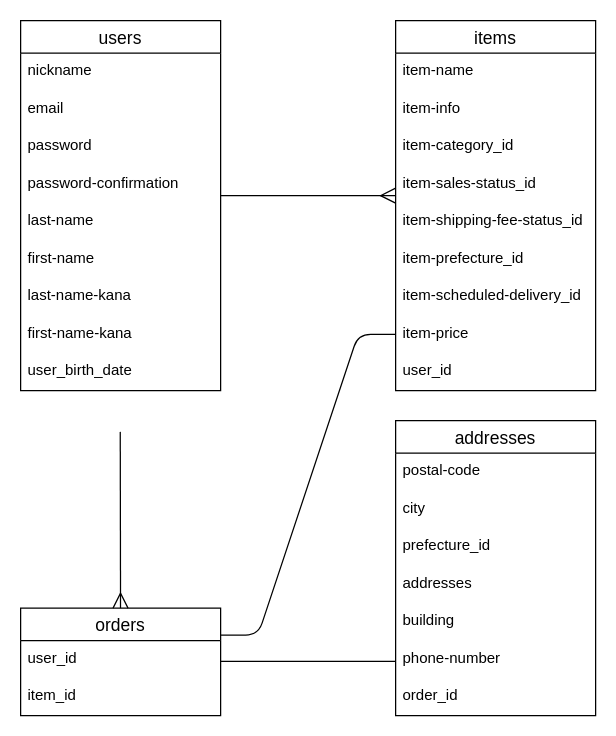
hminami373/furima-29041 keeps this draw.io diagram as furima.dio. Above is the earlier version. Source tidied: cells renumbered, new cells numbered last; positions are measured from the earlier drawing's top-left corner, leaving out a move shared by most shapes. Both pictures are drawn from the tidied source at 125%, with x=0, y=0 at pixel (20, 20).
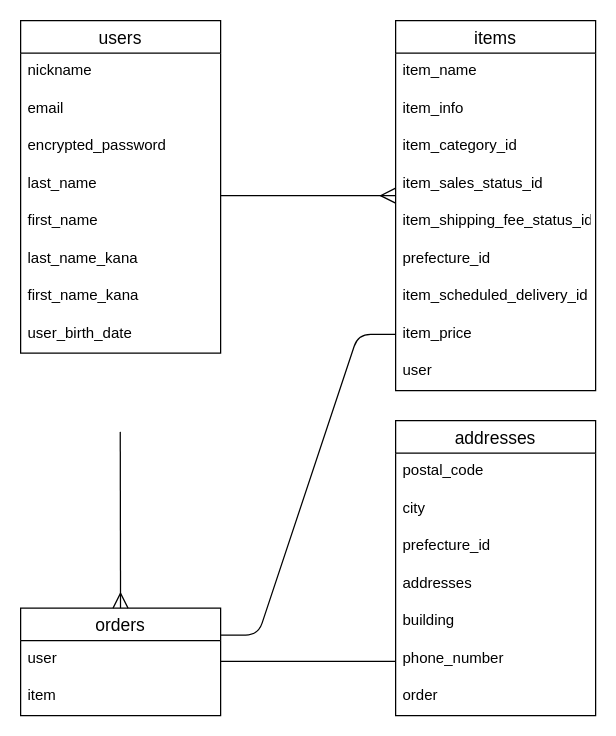
The same page after the edit.

Commit message (it also covers changes not shown here):
テーブル設計修正2回目

The change refers to these unchanged cells:
```xml
<mxCell id="12" value="orders" style="swimlane;fontStyle=0;horizontal=1;startSize=26;align=center;fontSize=14;" parent="1" vertex="1">
  <mxGeometry y="470" width="160" height="86" as="geometry" />
</mxCell>
<mxCell id="15" value="items" style="swimlane;fontStyle=0;horizontal=1;startSize=26;align=center;fontSize=14;" parent="1" vertex="1">
  <mxGeometry x="300" width="160" height="296" as="geometry" />
</mxCell>
<mxCell id="25" value="addresses" style="swimlane;fontStyle=0;horizontal=1;startSize=26;align=center;fontSize=14;" parent="1" vertex="1">
  <mxGeometry x="300" y="320" width="160" height="236" as="geometry" />
</mxCell>
```

What changed in the source:
```diff
@@
     <mxCell id="2" value="users" style="swimlane;fontStyle=0;horizontal=1;startSize=26;align=center;fontSize=14;" parent="1" vertex="1">
-      <mxGeometry width="160" height="296" as="geometry" />
+      <mxGeometry width="160" height="266" as="geometry" />
     </mxCell>
@@
-    <mxCell id="5" value="password" style="text;strokeColor=none;fillColor=none;spacingLeft=4;spacingRight=4;overflow=hidden;fontSize=12;" parent="2" vertex="1">
+    <mxCell id="5" value="encrypted_password" style="text;strokeColor=none;fillColor=none;spacingLeft=4;spacingRight=4;overflow=hidden;fontSize=12;" parent="2" vertex="1">
       <mxGeometry y="86" width="160" height="30" as="geometry" />
     </mxCell>
-    <mxCell id="6" value="password-confirmation" style="text;strokeColor=none;fillColor=none;spacingLeft=4;spacingRight=4;overflow=hidden;fontSize=12;labelBorderColor=none;" parent="2" vertex="1">
-      <mxGeometry y="116" width="160" height="30" as="geometry" />
-    </mxCell>
-    <mxCell id="7" value="last-name" style="text;strokeColor=none;fillColor=none;spacingLeft=4;spacingRight=4;overflow=hidden;fontSize=12;labelBorderColor=none;" parent="2" vertex="1">
-      <mxGeometry y="146" width="160" height="30" as="geometry" />
+    <mxCell id="7" value="last_name" style="text;strokeColor=none;fillColor=none;spacingLeft=4;spacingRight=4;overflow=hidden;fontSize=12;labelBorderColor=none;" parent="2" vertex="1">
+      <mxGeometry y="116" width="160" height="30" as="geometry" />
     </mxCell>
-    <mxCell id="8" value="first-name" style="text;strokeColor=none;fillColor=none;spacingLeft=4;spacingRight=4;overflow=hidden;fontSize=12;labelBorderColor=none;" parent="2" vertex="1">
-      <mxGeometry y="176" width="160" height="30" as="geometry" />
+    <mxCell id="8" value="first_name" style="text;strokeColor=none;fillColor=none;spacingLeft=4;spacingRight=4;overflow=hidden;fontSize=12;labelBorderColor=none;" parent="2" vertex="1">
+      <mxGeometry y="146" width="160" height="30" as="geometry" />
     </mxCell>
-    <mxCell id="9" value="last-name-kana" style="text;strokeColor=none;fillColor=none;spacingLeft=4;spacingRight=4;overflow=hidden;fontSize=12;labelBorderColor=none;" parent="2" vertex="1">
-      <mxGeometry y="206" width="160" height="30" as="geometry" />
+    <mxCell id="9" value="last_name_kana" style="text;strokeColor=none;fillColor=none;spacingLeft=4;spacingRight=4;overflow=hidden;fontSize=12;labelBorderColor=none;" parent="2" vertex="1">
+      <mxGeometry y="176" width="160" height="30" as="geometry" />
     </mxCell>
-    <mxCell id="10" value="first-name-kana" style="text;strokeColor=none;fillColor=none;spacingLeft=4;spacingRight=4;overflow=hidden;fontSize=12;labelBorderColor=none;" parent="2" vertex="1">
-      <mxGeometry y="236" width="160" height="30" as="geometry" />
+    <mxCell id="10" value="first_name_kana" style="text;strokeColor=none;fillColor=none;spacingLeft=4;spacingRight=4;overflow=hidden;fontSize=12;labelBorderColor=none;" parent="2" vertex="1">
+      <mxGeometry y="206" width="160" height="30" as="geometry" />
     </mxCell>
     <mxCell id="11" value="user_birth_date" style="text;strokeColor=none;fillColor=none;spacingLeft=4;spacingRight=4;overflow=hidden;fontSize=12;labelBorderColor=none;" parent="2" vertex="1">
-      <mxGeometry y="266" width="160" height="30" as="geometry" />
+      <mxGeometry y="236" width="160" height="30" as="geometry" />
     </mxCell>
@@
-    <mxCell id="13" value="user_id" style="text;strokeColor=none;fillColor=none;spacingLeft=4;spacingRight=4;overflow=hidden;fontSize=12;" parent="12" vertex="1">
+    <mxCell id="13" value="user" style="text;strokeColor=none;fillColor=none;spacingLeft=4;spacingRight=4;overflow=hidden;fontSize=12;" parent="12" vertex="1">
       <mxGeometry y="26" width="160" height="30" as="geometry" />
     </mxCell>
-    <mxCell id="14" value="item_id" style="text;strokeColor=none;fillColor=none;spacingLeft=4;spacingRight=4;overflow=hidden;fontSize=12;" parent="12" vertex="1">
+    <mxCell id="14" value="item" style="text;strokeColor=none;fillColor=none;spacingLeft=4;spacingRight=4;overflow=hidden;fontSize=12;" parent="12" vertex="1">
       <mxGeometry y="56" width="160" height="30" as="geometry" />
     </mxCell>
@@
-    <mxCell id="16" value="item-name" style="text;strokeColor=none;fillColor=none;spacingLeft=4;spacingRight=4;overflow=hidden;fontSize=12;" parent="15" vertex="1">
+    <mxCell id="16" value="item_name" style="text;strokeColor=none;fillColor=none;spacingLeft=4;spacingRight=4;overflow=hidden;fontSize=12;" parent="15" vertex="1">
       <mxGeometry y="26" width="160" height="30" as="geometry" />
     </mxCell>
-    <mxCell id="17" value="item-info" style="text;strokeColor=none;fillColor=none;spacingLeft=4;spacingRight=4;overflow=hidden;fontSize=12;labelBorderColor=none;" parent="15" vertex="1">
+    <mxCell id="17" value="item_info" style="text;strokeColor=none;fillColor=none;spacingLeft=4;spacingRight=4;overflow=hidden;fontSize=12;labelBorderColor=none;" parent="15" vertex="1">
       <mxGeometry y="56" width="160" height="30" as="geometry" />
     </mxCell>
-    <mxCell id="18" value="item-category_id" style="text;strokeColor=none;fillColor=none;spacingLeft=4;spacingRight=4;overflow=hidden;fontSize=12;labelBorderColor=none;" parent="15" vertex="1">
+    <mxCell id="18" value="item_category_id" style="text;strokeColor=none;fillColor=none;spacingLeft=4;spacingRight=4;overflow=hidden;fontSize=12;labelBorderColor=none;" parent="15" vertex="1">
       <mxGeometry y="86" width="160" height="30" as="geometry" />
     </mxCell>
-    <mxCell id="19" value="item-sales-status_id" style="text;strokeColor=none;fillColor=none;spacingLeft=4;spacingRight=4;overflow=hidden;fontSize=12;labelBorderColor=none;" parent="15" vertex="1">
+    <mxCell id="19" value="item_sales_status_id" style="text;strokeColor=none;fillColor=none;spacingLeft=4;spacingRight=4;overflow=hidden;fontSize=12;labelBorderColor=none;" parent="15" vertex="1">
       <mxGeometry y="116" width="160" height="30" as="geometry" />
     </mxCell>
-    <mxCell id="20" value="item-shipping-fee-status_id" style="text;strokeColor=none;fillColor=none;spacingLeft=4;spacingRight=4;overflow=hidden;fontSize=12;" parent="15" vertex="1">
+    <mxCell id="20" value="item_shipping_fee_status_id" style="text;strokeColor=none;fillColor=none;spacingLeft=4;spacingRight=4;overflow=hidden;fontSize=12;" parent="15" vertex="1">
       <mxGeometry y="146" width="160" height="30" as="geometry" />
     </mxCell>
-    <mxCell id="21" value="item-prefecture_id" style="text;strokeColor=none;fillColor=none;spacingLeft=4;spacingRight=4;overflow=hidden;fontSize=12;labelBorderColor=none;" parent="15" vertex="1">
+    <mxCell id="21" value="prefecture_id" style="text;strokeColor=none;fillColor=none;spacingLeft=4;spacingRight=4;overflow=hidden;fontSize=12;labelBorderColor=none;" parent="15" vertex="1">
       <mxGeometry y="176" width="160" height="30" as="geometry" />
     </mxCell>
-    <mxCell id="22" value="item-scheduled-delivery_id" style="text;strokeColor=none;fillColor=none;spacingLeft=4;spacingRight=4;overflow=hidden;fontSize=12;labelBorderColor=none;" parent="15" vertex="1">
+    <mxCell id="22" value="item_scheduled_delivery_id" style="text;strokeColor=none;fillColor=none;spacingLeft=4;spacingRight=4;overflow=hidden;fontSize=12;labelBorderColor=none;" parent="15" vertex="1">
       <mxGeometry y="206" width="160" height="30" as="geometry" />
     </mxCell>
-    <mxCell id="23" value="item-price" style="text;strokeColor=none;fillColor=none;spacingLeft=4;spacingRight=4;overflow=hidden;points=[[0,0.5],[1,0.5]];portConstraint=eastwest;fontSize=12;" parent="15" vertex="1">
+    <mxCell id="23" value="item_price" style="text;strokeColor=none;fillColor=none;spacingLeft=4;spacingRight=4;overflow=hidden;points=[[0,0.5],[1,0.5]];portConstraint=eastwest;fontSize=12;" parent="15" vertex="1">
       <mxGeometry y="236" width="160" height="30" as="geometry" />
     </mxCell>
-    <mxCell id="24" value="user_id" style="text;strokeColor=none;fillColor=none;spacingLeft=4;spacingRight=4;overflow=hidden;fontSize=12;" parent="15" vertex="1">
+    <mxCell id="24" value="user" style="text;strokeColor=none;fillColor=none;spacingLeft=4;spacingRight=4;overflow=hidden;fontSize=12;" parent="15" vertex="1">
       <mxGeometry y="266" width="160" height="30" as="geometry" />
     </mxCell>
@@
-    <mxCell id="26" value="postal-code" style="text;strokeColor=none;fillColor=none;spacingLeft=4;spacingRight=4;overflow=hidden;fontSize=12;" parent="25" vertex="1">
+    <mxCell id="26" value="postal_code" style="text;strokeColor=none;fillColor=none;spacingLeft=4;spacingRight=4;overflow=hidden;fontSize=12;" parent="25" vertex="1">
       <mxGeometry y="26" width="160" height="30" as="geometry" />
     </mxCell>
@@
-    <mxCell id="31" value="phone-number" style="text;strokeColor=none;fillColor=none;spacingLeft=4;spacingRight=4;overflow=hidden;fontSize=12;labelBorderColor=none;" parent="25" vertex="1">
+    <mxCell id="31" value="phone_number" style="text;strokeColor=none;fillColor=none;spacingLeft=4;spacingRight=4;overflow=hidden;fontSize=12;labelBorderColor=none;" parent="25" vertex="1">
       <mxGeometry y="176" width="160" height="30" as="geometry" />
     </mxCell>
-    <mxCell id="32" value="order_id" style="text;strokeColor=none;fillColor=none;spacingLeft=4;spacingRight=4;overflow=hidden;fontSize=12;" parent="25" vertex="1">
+    <mxCell id="32" value="order" style="text;strokeColor=none;fillColor=none;spacingLeft=4;spacingRight=4;overflow=hidden;fontSize=12;" parent="25" vertex="1">
       <mxGeometry y="206" width="160" height="30" as="geometry" />
     </mxCell>
```
